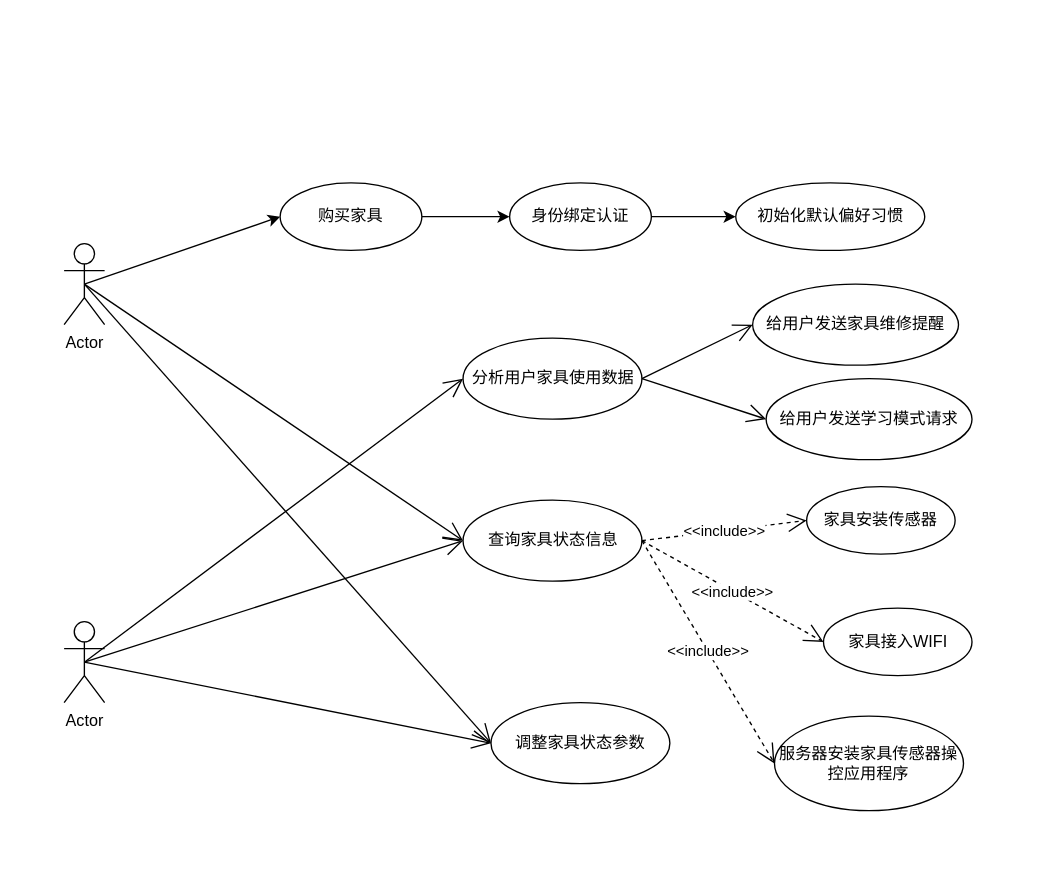
This is umltest.drawio from 2919282119/charts, a draw.io file, before an edit. Source tidied: cells renumbered, new cells numbered last; positions are measured from the earlier drawing's top-left corner, leaving out a move shared by most shapes. Both pictures are drawn from the tidied source at 135%, with x=0, y=0 at pixel (63, 182).
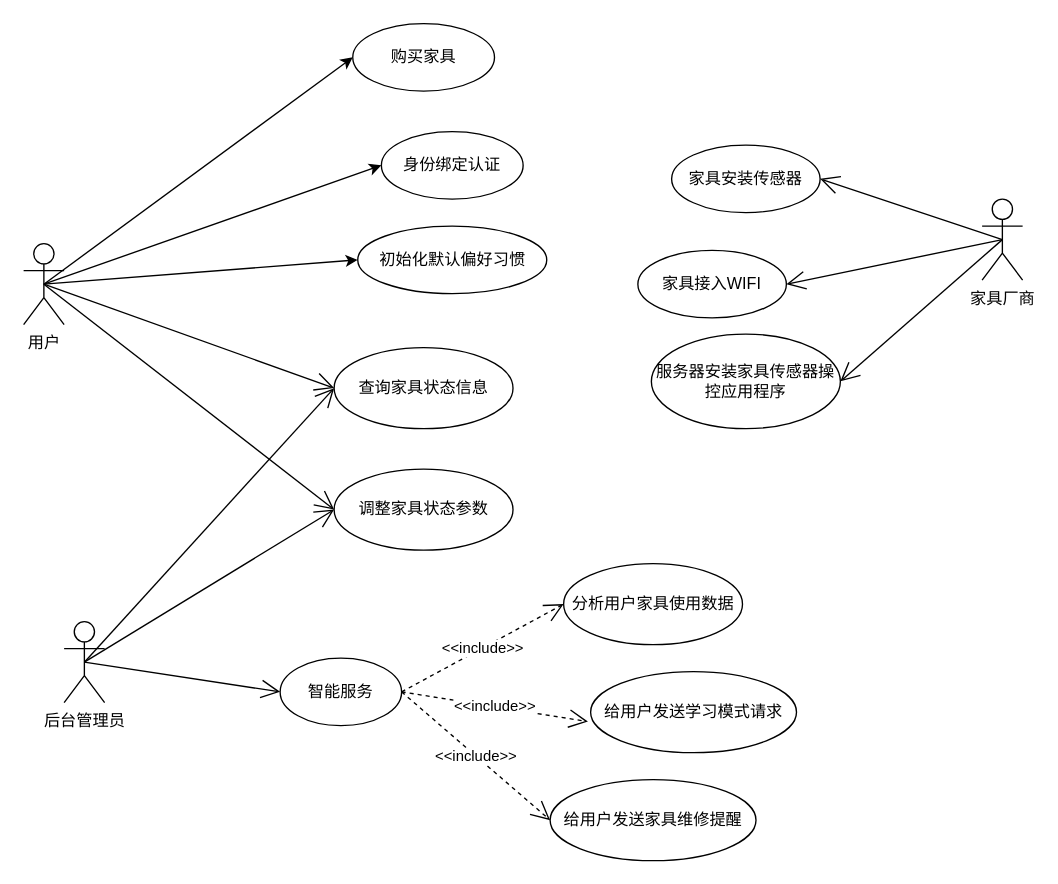
The same diagram, later.

The edit, as a diff of the source:
```diff
@@
-    <mxCell id="2" value="Actor" style="shape=umlActor;verticalLabelPosition=bottom;verticalAlign=top;html=1;outlineConnect=0;" parent="1" vertex="1">
-      <mxGeometry y="45" width="30" height="60" as="geometry" />
+    <mxCell id="2" value="用户" style="shape=umlActor;verticalLabelPosition=bottom;verticalAlign=top;html=1;outlineConnect=0;" parent="1" vertex="1">
+      <mxGeometry x="-30" y="45" width="30" height="60" as="geometry" />
     </mxCell>
@@
-    <mxCell id="4" style="endArrow=classic;html=1;rounded=0;entryX=0;entryY=0.5;entryDx=0;entryDy=0;exitX=1;exitY=0.5;exitDx=0;exitDy=0;" parent="1" edge="1" source="6" target="7">
+    <mxCell id="4" style="endArrow=classic;html=1;rounded=0;entryX=0;entryY=0.5;entryDx=0;entryDy=0;exitX=0.5;exitY=0.5;exitDx=0;exitDy=0;exitPerimeter=0;" parent="1" edge="1" source="2" target="7">
       <mxGeometry relative="1" as="geometry" />
     </mxCell>
-    <mxCell id="5" style="endArrow=classic;html=1;rounded=0;entryX=0;entryY=0.5;entryDx=0;entryDy=0;exitX=1;exitY=0.5;exitDx=0;exitDy=0;" parent="1" edge="1" source="7" target="8">
+    <mxCell id="5" style="endArrow=classic;html=1;rounded=0;entryX=0;entryY=0.5;entryDx=0;entryDy=0;exitX=0.5;exitY=0.5;exitDx=0;exitDy=0;exitPerimeter=0;" parent="1" edge="1" source="2" target="8">
       <mxGeometry relative="1" as="geometry" />
     </mxCell>
     <mxCell id="6" value="购买家具" style="ellipse;whiteSpace=wrap;html=1;" parent="1" vertex="1">
-      <mxGeometry x="160" width="105" height="50" as="geometry" />
+      <mxGeometry x="213.8" y="-118" width="105" height="50" as="geometry" />
     </mxCell>
     <mxCell id="7" value="身份绑定认证" style="ellipse;whiteSpace=wrap;html=1;" parent="1" vertex="1">
-      <mxGeometry x="330" width="105" height="50" as="geometry" />
+      <mxGeometry x="235" y="-38" width="105" height="50" as="geometry" />
     </mxCell>
     <mxCell id="8" value="初始化默认偏好习惯" style="ellipse;whiteSpace=wrap;html=1;" parent="1" vertex="1">
-      <mxGeometry x="497.5" width="140" height="50" as="geometry" />
+      <mxGeometry x="217.5" y="32" width="140" height="50" as="geometry" />
     </mxCell>
     <mxCell id="9" value="查询家具状态信息" style="ellipse;whiteSpace=wrap;html=1;" parent="1" vertex="1">
-      <mxGeometry x="295.5" y="235" width="132.5" height="60" as="geometry" />
+      <mxGeometry x="200" y="122" width="132.5" height="60" as="geometry" />
     </mxCell>
     <mxCell id="10" value="调整家具状态参数" style="ellipse;whiteSpace=wrap;html=1;" parent="1" vertex="1">
-      <mxGeometry x="316.2" y="385" width="132.5" height="60" as="geometry" />
+      <mxGeometry x="200" y="212" width="132.5" height="60" as="geometry" />
     </mxCell>
@@
-    <mxCell id="13" value="Actor" style="shape=umlActor;verticalLabelPosition=bottom;verticalAlign=top;html=1;" parent="1" vertex="1">
+    <mxCell id="13" value="后台管理员" style="shape=umlActor;verticalLabelPosition=bottom;verticalAlign=top;html=1;" parent="1" vertex="1">
       <mxGeometry y="325" width="30" height="60" as="geometry" />
     </mxCell>
@@
     <mxCell id="16" value="分析用户家具使用数据" style="ellipse;whiteSpace=wrap;html=1;" parent="1" vertex="1">
-      <mxGeometry x="295.5" y="115" width="132.5" height="60" as="geometry" />
+      <mxGeometry x="370" y="282" width="132.5" height="60" as="geometry" />
     </mxCell>
-    <mxCell id="17" style="endArrow=open;endFill=1;endSize=12;html=1;rounded=0;exitX=0.5;exitY=0.5;exitDx=0;exitDy=0;exitPerimeter=0;entryX=0;entryY=0.5;entryDx=0;entryDy=0;" parent="1" edge="1" source="13" target="16">
-      <mxGeometry relative="1" as="geometry" />
-    </mxCell>
     <mxCell id="18" value="给用户发送学习模式请求" style="ellipse;whiteSpace=wrap;html=1;" parent="1" vertex="1">
-      <mxGeometry x="520" y="145" width="152.5" height="60" as="geometry" />
+      <mxGeometry x="390" y="362" width="152.5" height="60" as="geometry" />
     </mxCell>
-    <mxCell id="19" style="endArrow=open;endFill=1;endSize=12;html=1;rounded=0;entryX=0;entryY=0.5;entryDx=0;entryDy=0;exitX=1;exitY=0.5;exitDx=0;exitDy=0;" parent="1" edge="1" source="16" target="18">
-      <mxGeometry relative="1" as="geometry" />
-    </mxCell>
     <mxCell id="20" value="给用户发送家具维修提醒" style="ellipse;whiteSpace=wrap;html=1;" parent="1" vertex="1">
-      <mxGeometry x="510" y="75" width="152.5" height="60" as="geometry" />
+      <mxGeometry x="360" y="442" width="152.5" height="60" as="geometry" />
     </mxCell>
-    <mxCell id="21" style="endArrow=open;endFill=1;endSize=12;html=1;rounded=0;exitX=1;exitY=0.5;exitDx=0;exitDy=0;entryX=0;entryY=0.5;entryDx=0;entryDy=0;" parent="1" edge="1" source="16" target="20">
+    <mxCell id="21" style="endArrow=open;endFill=1;endSize=12;html=1;rounded=0;exitX=0.5;exitY=0.5;exitDx=0;exitDy=0;exitPerimeter=0;entryX=0;entryY=0.5;entryDx=0;entryDy=0;" parent="1" edge="1" source="13" target="32">
       <mxGeometry relative="1" as="geometry" />
     </mxCell>
     <mxCell id="22" value="家具安装传感器" style="ellipse;whiteSpace=wrap;html=1;" parent="1" vertex="1">
-      <mxGeometry x="550" y="225" width="110" height="50" as="geometry" />
+      <mxGeometry x="450" y="-28" width="110" height="50" as="geometry" />
     </mxCell>
     <mxCell id="23" value="家具接入WIFI" style="ellipse;whiteSpace=wrap;html=1;" parent="1" vertex="1">
-      <mxGeometry x="562.5" y="315" width="110" height="50" as="geometry" />
+      <mxGeometry x="425" y="50" width="110" height="50" as="geometry" />
     </mxCell>
     <mxCell id="24" value="服务器安装家具传感器操控应用程序" style="ellipse;whiteSpace=wrap;html=1;" parent="1" vertex="1">
-      <mxGeometry x="526.2" y="395" width="140" height="70" as="geometry" />
+      <mxGeometry x="435" y="112" width="140" height="70" as="geometry" />
     </mxCell>
-    <mxCell id="25" value="&amp;lt;&amp;lt;include&amp;gt;&amp;gt;" style="endArrow=open;endSize=12;dashed=1;html=1;rounded=0;entryX=0;entryY=0.5;entryDx=0;entryDy=0;exitX=1;exitY=0.5;exitDx=0;exitDy=0;" parent="1" edge="1" source="9" target="22">
-      <mxGeometry x="-0.01" relative="1" as="geometry" />
-    </mxCell>
-    <mxCell id="26" value="&amp;lt;&amp;lt;include&amp;gt;&amp;gt;" style="endArrow=open;endSize=12;dashed=1;html=1;rounded=0;entryX=0;entryY=0.5;entryDx=0;entryDy=0;exitX=1;exitY=0.5;exitDx=0;exitDy=0;" parent="1" edge="1" source="9" target="23">
-      <mxGeometry relative="1" as="geometry" />
-    </mxCell>
-    <mxCell id="27" value="&amp;lt;&amp;lt;include&amp;gt;&amp;gt;" style="endArrow=open;endSize=12;dashed=1;html=1;rounded=0;entryX=0;entryY=0.5;entryDx=0;entryDy=0;exitX=1;exitY=0.5;exitDx=0;exitDy=0;" parent="1" edge="1" source="9" target="24">
-      <mxGeometry relative="1" as="geometry" />
-    </mxCell>
+    <mxCell id="28" value="家具厂商" style="shape=umlActor;verticalLabelPosition=bottom;verticalAlign=top;html=1;outlineConnect=0;" parent="1" vertex="1">
+      <mxGeometry x="680" y="12" width="30" height="60" as="geometry" />
+    </mxCell>
+    <mxCell id="29" style="endArrow=open;endFill=1;endSize=12;html=1;rounded=0;entryX=1;entryY=0.5;entryDx=0;entryDy=0;exitX=0.5;exitY=0.5;exitDx=0;exitDy=0;exitPerimeter=0;" parent="1" edge="1" source="28" target="22">
+      <mxGeometry relative="1" as="geometry" />
+    </mxCell>
+    <mxCell id="30" style="endArrow=open;endFill=1;endSize=12;html=1;rounded=0;entryX=1;entryY=0.5;entryDx=0;entryDy=0;exitX=0.5;exitY=0.5;exitDx=0;exitDy=0;exitPerimeter=0;" parent="1" edge="1" source="28" target="23">
+      <mxGeometry relative="1" as="geometry" />
+    </mxCell>
+    <mxCell id="31" style="endArrow=open;endFill=1;endSize=12;html=1;rounded=0;entryX=1;entryY=0.5;entryDx=0;entryDy=0;exitX=0.5;exitY=0.5;exitDx=0;exitDy=0;exitPerimeter=0;" parent="1" edge="1" source="28" target="24">
+      <mxGeometry relative="1" as="geometry" />
+    </mxCell>
+    <mxCell id="32" value="智能服务" style="ellipse;whiteSpace=wrap;html=1;" parent="1" vertex="1">
+      <mxGeometry x="160" y="352" width="90" height="50" as="geometry" />
+    </mxCell>
+    <mxCell id="33" value="&amp;lt;&amp;lt;include&amp;gt;&amp;gt;" style="endArrow=open;endSize=12;dashed=1;html=1;rounded=0;entryX=0;entryY=0.5;entryDx=0;entryDy=0;exitX=1;exitY=0.5;exitDx=0;exitDy=0;" parent="1" edge="1" source="32" target="16">
+      <mxGeometry relative="1" as="geometry" />
+    </mxCell>
+    <mxCell id="34" value="&amp;lt;&amp;lt;include&amp;gt;&amp;gt;" style="endArrow=open;endSize=12;dashed=1;html=1;rounded=0;entryX=-0.013;entryY=0.617;entryDx=0;entryDy=0;exitX=1;exitY=0.5;exitDx=0;exitDy=0;entryPerimeter=0;" parent="1" edge="1" source="32" target="18">
+      <mxGeometry relative="1" as="geometry" />
+    </mxCell>
+    <mxCell id="35" value="&amp;lt;&amp;lt;include&amp;gt;&amp;gt;" style="endArrow=open;endSize=12;dashed=1;html=1;rounded=0;entryX=0;entryY=0.5;entryDx=0;entryDy=0;exitX=1;exitY=0.5;exitDx=0;exitDy=0;" parent="1" edge="1" source="32" target="20">
+      <mxGeometry relative="1" as="geometry" />
+    </mxCell>
```
